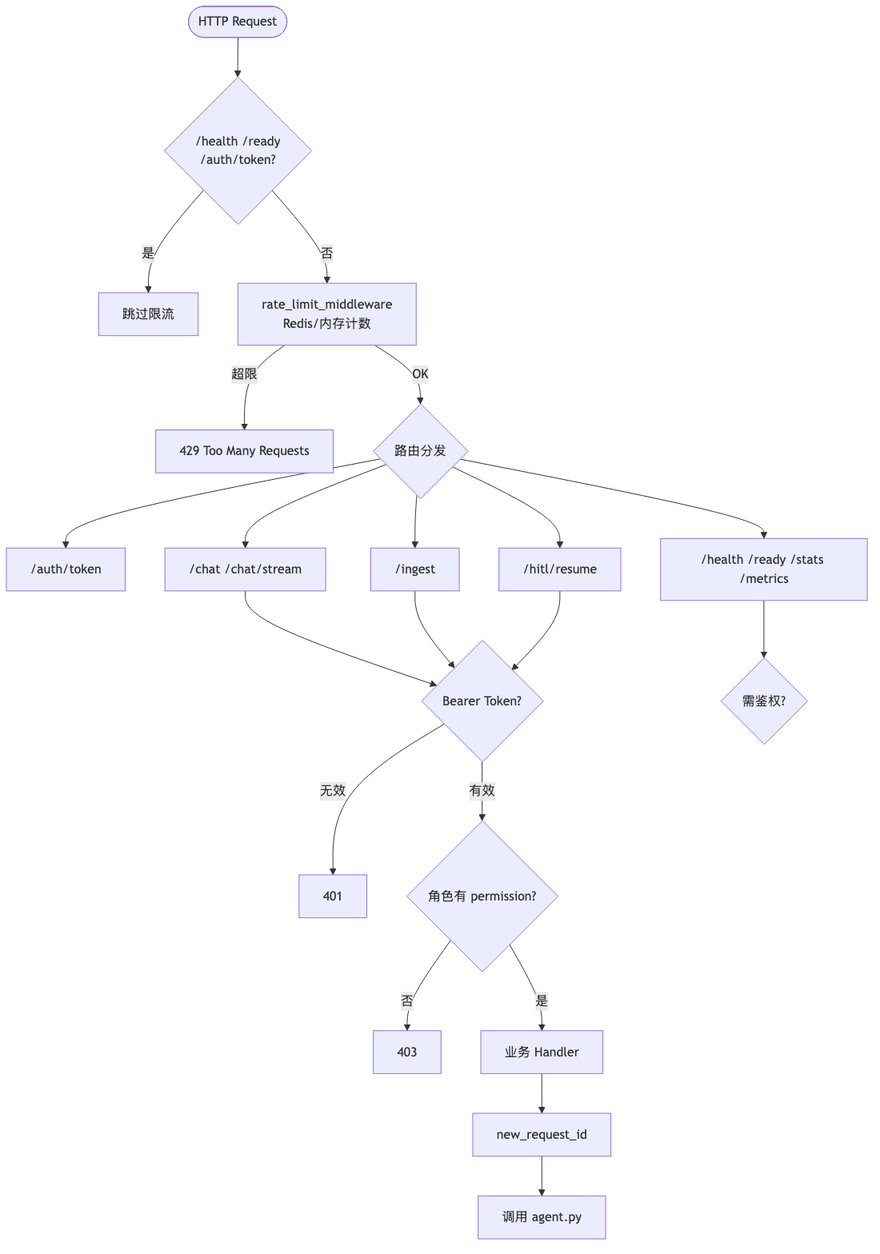
charlie-chann/ai-agent-langgraph-main keeps this Mermaid diagram as project_00_rag_agent/docs/diagrams/04_http_gateway.png. Above is the earlier version. Its source is kept beside it as project_00_rag_agent/docs/diagrams/source/04_http_gateway.mmd.
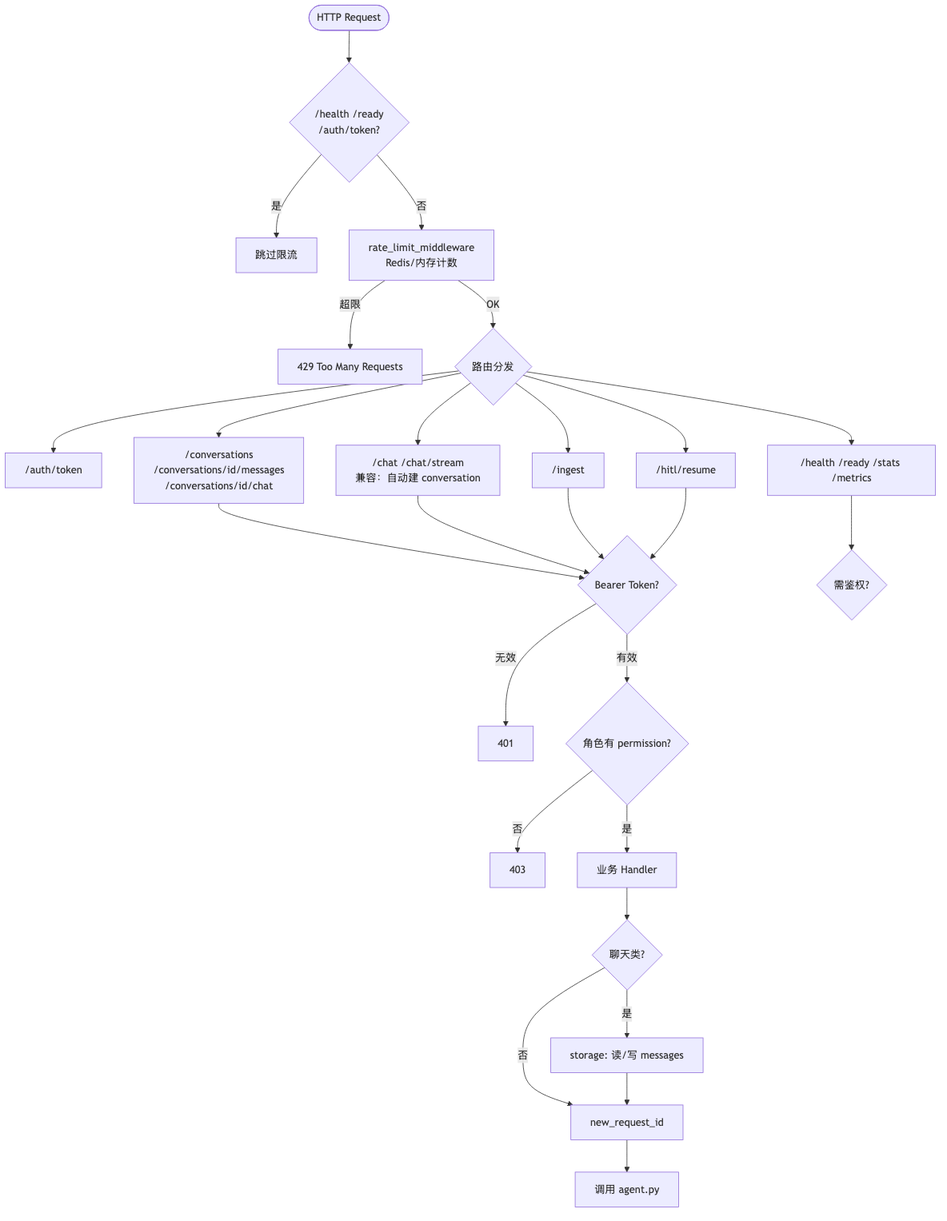
The same diagram one commit later.

Change to the diagram source:
```diff
@@ -7,12 +7,14 @@
     RL -->|OK| ROUTE{路由分发}
 
     ROUTE --> AUTH_EP["/auth/token"]
-    ROUTE --> CHAT_EP["/chat /chat/stream"]
+    ROUTE --> CONV_EP["/conversations<br/>/conversations/id/messages<br/>/conversations/id/chat"]
+    ROUTE --> CHAT_EP["/chat /chat/stream<br/>兼容：自动建 conversation"]
     ROUTE --> INGEST_EP["/ingest"]
     ROUTE --> HITL_EP["/hitl/resume"]
     ROUTE --> OPS["/health /ready /stats /metrics"]
 
-    CHAT_EP --> JWT{Bearer Token?}
+    CONV_EP --> JWT{Bearer Token?}
+    CHAT_EP --> JWT
     INGEST_EP --> JWT
     HITL_EP --> JWT
     OPS --> JWT2{需鉴权?}
@@ -22,5 +24,8 @@
     RBAC -->|否| E403[403]
     RBAC -->|是| HANDLER[业务 Handler]
 
-    HANDLER --> RID[new_request_id]
+    HANDLER --> CHAT_FLOW{聊天类?}
+    CHAT_FLOW -->|是| DB[storage: 读/写 messages]
+    CHAT_FLOW -->|否| RID[new_request_id]
+    DB --> RID
     RID --> AGENT_CALL[调用 agent.py]
```
